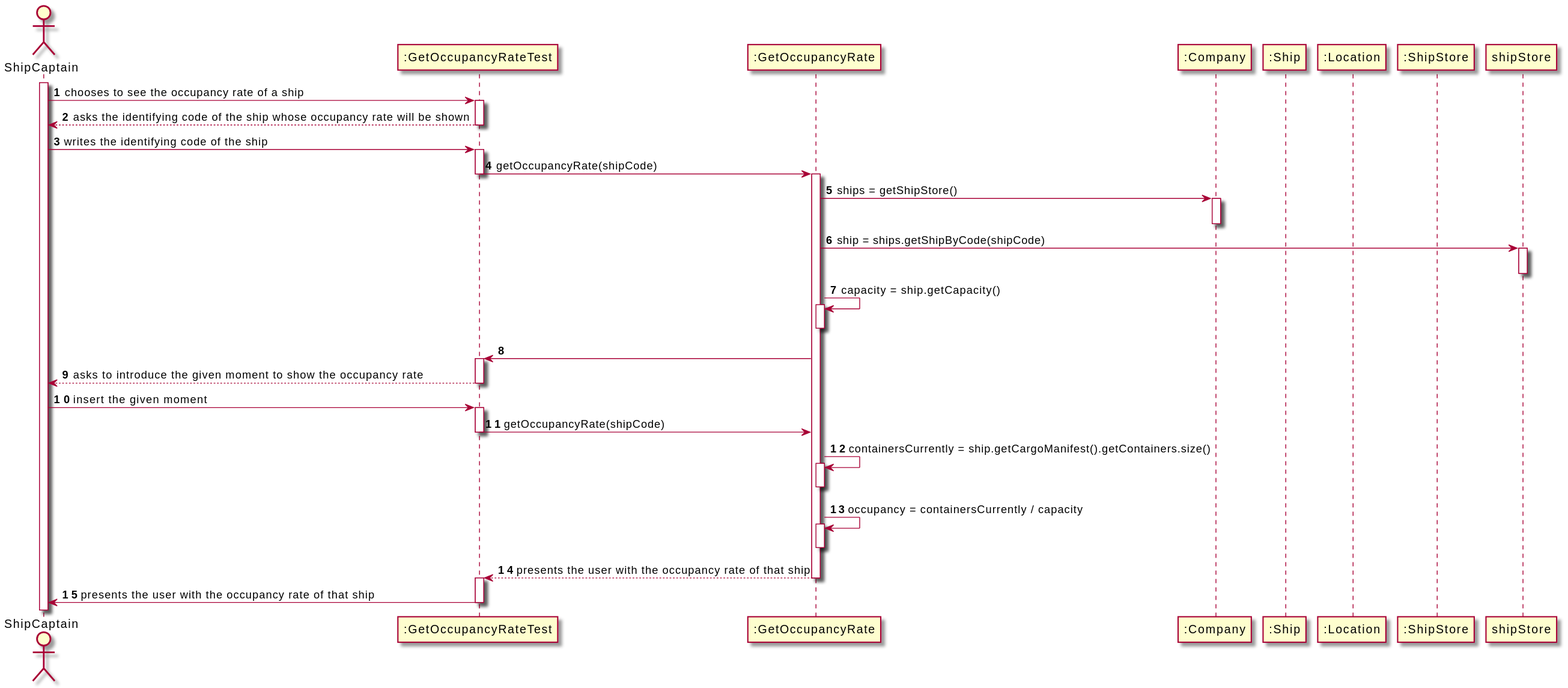
Above: docs/Sprint 2/US208/US208_SD.svg in RuiRioPina/CargoMaster (PlantUML), before the change.
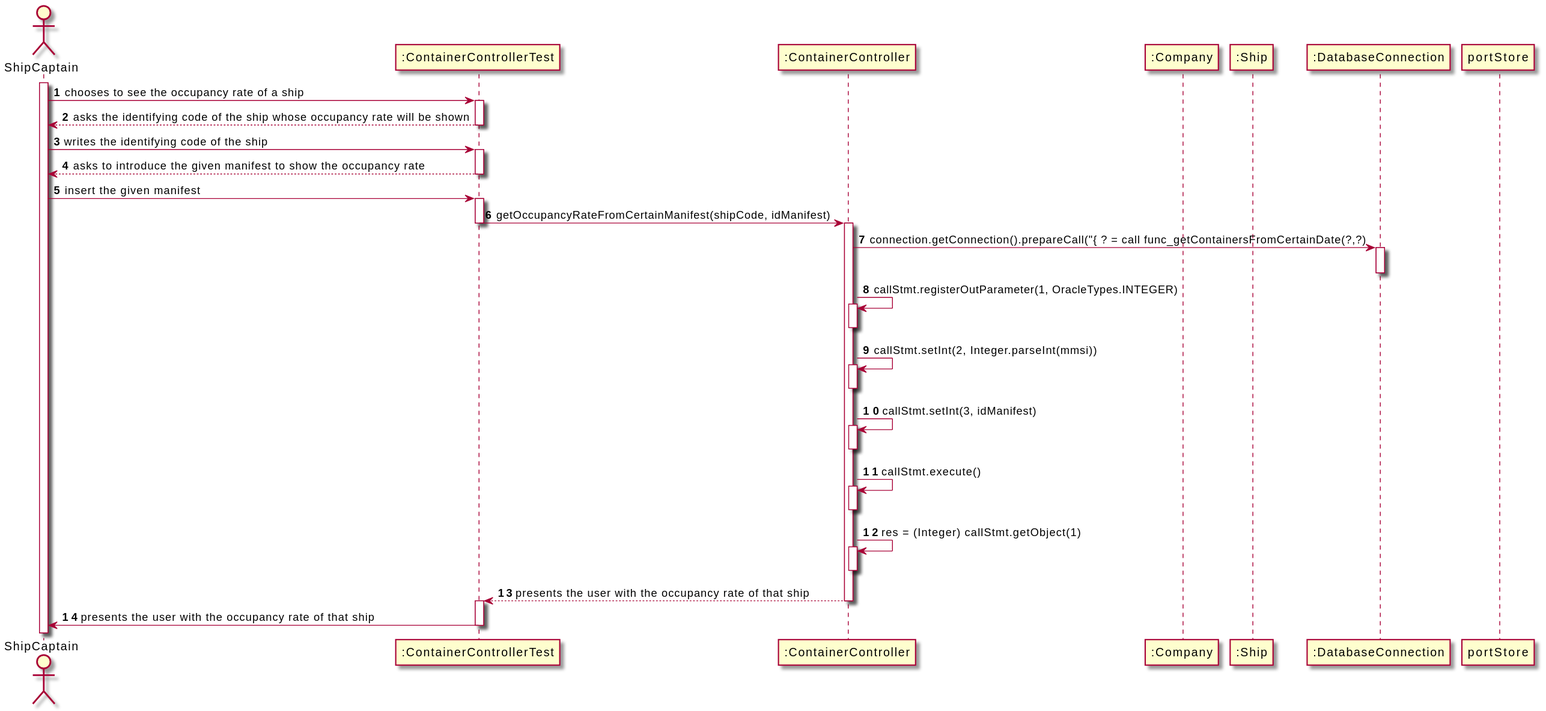
After the change.

What changed in the source:
```diff
@@ -2,13 +2,12 @@
 autonumber
 actor "ShipCaptain" as REC
 
-participant  ":GetOccupancyRateTest" as TEST
-participant ":GetOccupancyRate" as UI
+participant  ":ContainerControllerTest" as TEST
+participant ":ContainerController" as UI
 participant ":Company" as CMP
 participant ":Ship" as PORT
+participant ":DatabaseConnection" as DBCON
 
-participant ":Location" as location
-participant ":ShipStore" as portStore
 
 
 
@@ -22,44 +21,45 @@
 activate TEST
 
 
-TEST-> UI : getOccupancyRate(shipCode)
-deactivate TEST
-activate UI
-
-UI -> CMP: ships = getShipStore()
-activate CMP
-deactivate CMP
-
-UI -> shipStore: ship = ships.getShipByCode(shipCode)
-activate shipStore
-deactivate shipStore
-
-
-UI -> UI : capacity = ship.getCapacity()
-activate UI
-deactivate UI
-
-
-UI -> TEST
-activate TEST
-TEST--> REC : asks to introduce the given moment to show the occupancy rate
+TEST--> REC : asks to introduce the given manifest to show the occupancy rate
 deactivate TEST
 
 
 
-REC -> TEST: insert the given moment
+REC -> TEST: insert the given manifest
 activate TEST
 
-TEST-> UI : getOccupancyRate(shipCode)
+TEST-> UI : getOccupancyRateFromCertainManifest(shipCode, idManifest)
+deactivate TEST
+activate UI
+
+
+
+UI -> DBCON: connection.getConnection().prepareCall("{ ? = call func_getContainersFromCertainDate(?,?)
+activate DBCON
+deactivate DBCON
+
+UI -> UI : callStmt.registerOutParameter(1, OracleTypes.INTEGER)
+activate UI
+deactivate UI
+
+UI -> UI : callStmt.setInt(2, Integer.parseInt(mmsi))
+activate UI
+deactivate UI
+UI -> UI : callStmt.setInt(3, idManifest)
+activate UI
+deactivate UI
+
+UI -> UI : callStmt.execute()
+activate UI
+deactivate UI
+
+UI -> UI : res  = (Integer) callStmt.getObject(1)
+activate UI
+deactivate UI
 
 deactivate TEST
 
-UI -> UI : containersCurrently = ship.getCargoManifest().getContainers.size()
-activate UI
-deactivate UI
-UI -> UI : occupancy = containersCurrently / capacity
-activate UI
-deactivate UI
 
 deactivate portStore
 UI --> TEST: presents the user with the occupancy rate of that ship
```
